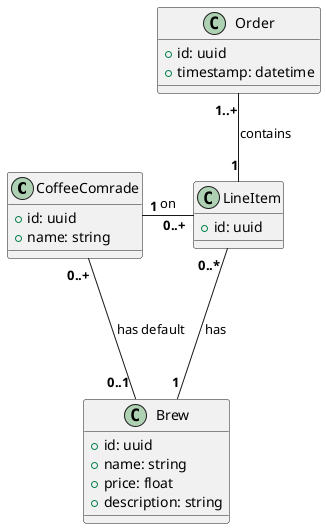
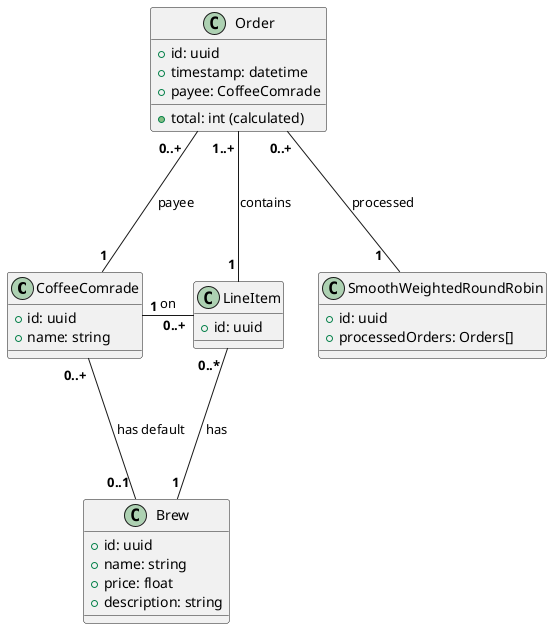
@startuml

class "CoffeeComrade" as cc {
    + id: uuid
    + name: string
}

class "Brew" as br {
    + id: uuid
    + name: string
    + price: float
    + description: string
}

class "Order" as or {
    + id: uuid
    + timestamp: datetime
+     + payee: CoffeeComrade
+     + total: int (calculated)
}

' keep line items very simple, quantities can be expressed with multiple rows of the same foreign keys
class "LineItem" as li {
    + id: uuid
}

- cc "<b>0..+"-"<b>0..1 " br : has default
- or "<b>1..+"--"<b>1" li : contains
+ class "SmoothWeightedRoundRobin" as rr {
+     + id: uuid
+     + processedOrders: Orders[]
+ }
+ 
+ cc "<b>0..+ "-"<b>0..1 " br : has default
+ or "<b>1..+ "--"<b>1 " li : contains
li "<b>0..* "---"<b>1" br : has
- cc "<b>1"-"<b>0..+" li : on
+ cc "<b>1 "-"<b>0..+" li : on
+ or "<b>0..+   "---"<b>1" cc: payee
+ or "<b>0..+"---"<b>1   " rr: processed

@enduml